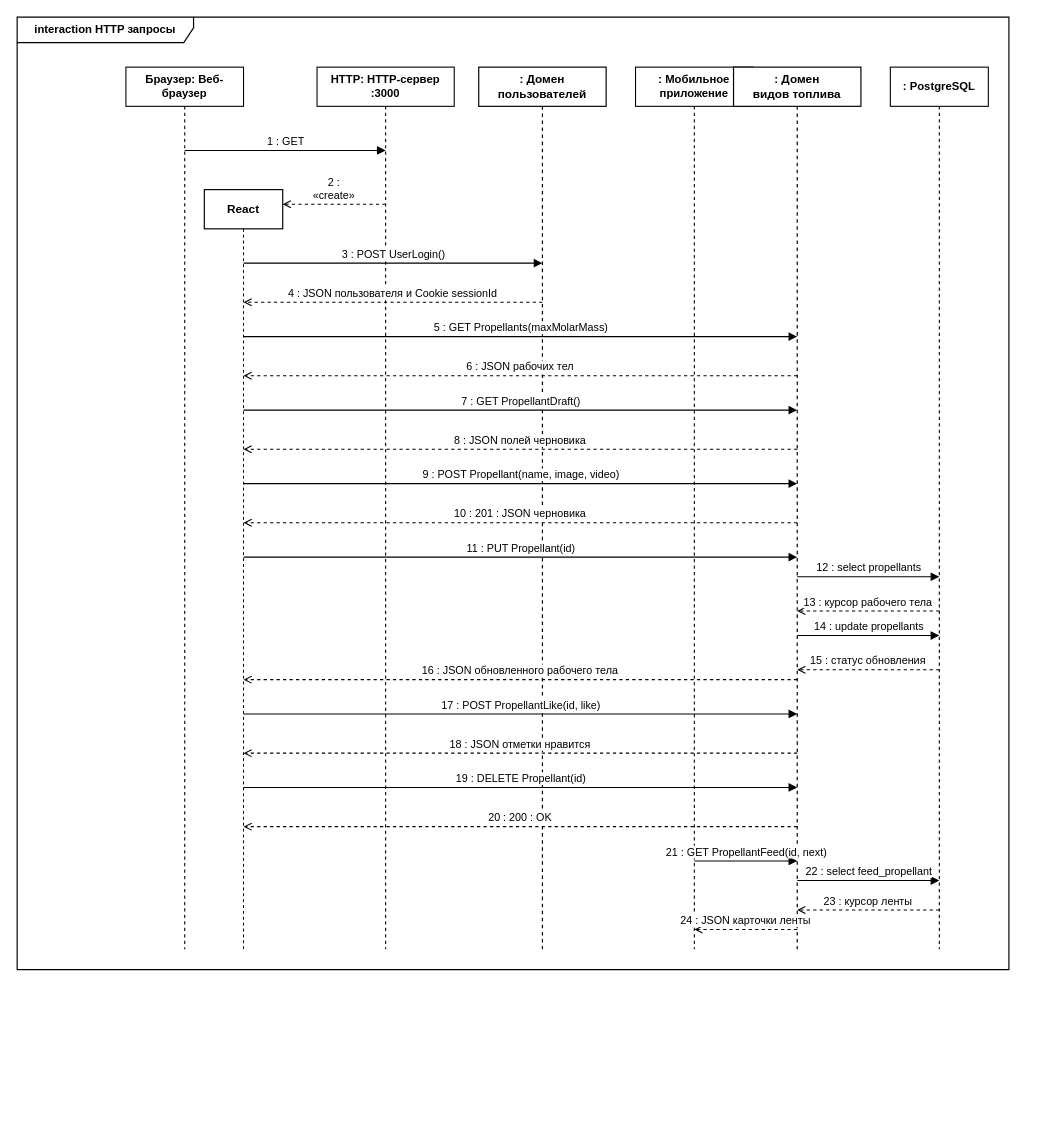
Mr-Flyguy/propellant-impulse-backend keeps this draw.io diagram as sequence_diagram.drawio. Above is the earlier version. Source tidied: cells renumbered, new cells numbered last; positions are measured from the earlier drawing's top-left corner, leaving out a move shared by most shapes. Both pictures are drawn from the tidied source at 98%, with x=0, y=0 at pixel (17, 17).
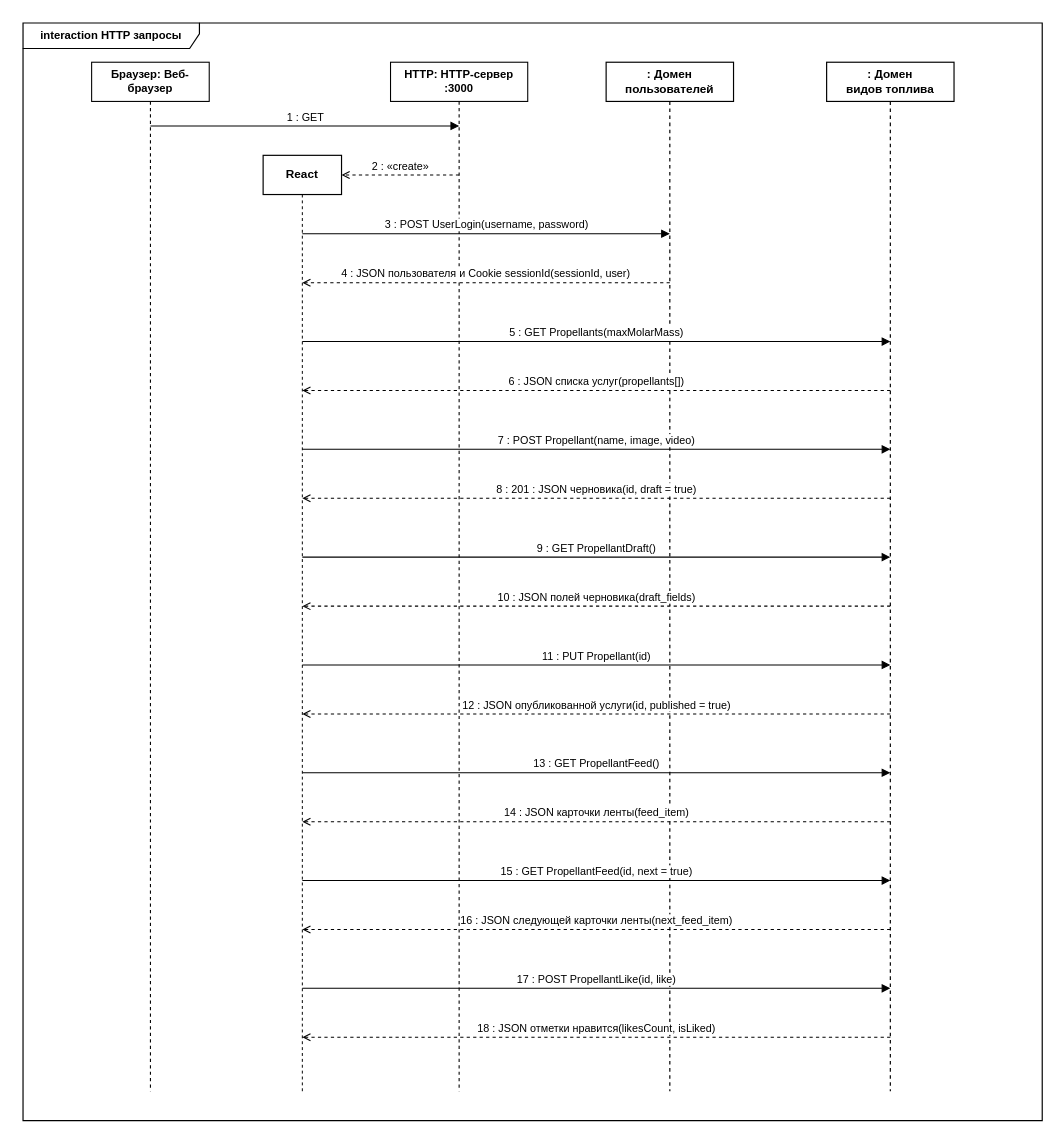
Above is the later version.

What changed in the source:
```diff
@@
     <mxCell id="2" value="interaction HTTP запросы" style="shape=umlFrame;whiteSpace=wrap;html=1;width=180;height=26;fontStyle=1;fontSize=11.5;fontFamily=Helvetica;fillColor=#FFFFFF;strokeColor=#000000;strokeWidth=1.2;" parent="1" vertex="1">
-      <mxGeometry width="1012" height="972" as="geometry" />
+      <mxGeometry x="6" y="6" width="1040" height="1120" as="geometry" />
     </mxCell>
     <mxCell id="3" value="Браузер: Веб-браузер" style="shape=umlLifeline;perimeter=lifelinePerimeter;whiteSpace=wrap;html=1;fontFamily=Helvetica;fontSize=11.5;fontStyle=1;fillColor=#FFFFFF;strokeColor=#000000;strokeWidth=1.1;" parent="1" vertex="1">
-      <mxGeometry x="111" y="51" width="120" height="900" as="geometry" />
+      <mxGeometry x="76" y="46" width="120" height="1050" as="geometry" />
     </mxCell>
     <mxCell id="4" value="HTTP: HTTP-сервер :3000" style="shape=umlLifeline;perimeter=lifelinePerimeter;whiteSpace=wrap;html=1;fontFamily=Helvetica;fontSize=11.5;fontStyle=1;fillColor=#FFFFFF;strokeColor=#000000;strokeWidth=1.1;" parent="1" vertex="1">
-      <mxGeometry x="306" y="51" width="140" height="900" as="geometry" />
+      <mxGeometry x="381" y="46" width="140" height="1050" as="geometry" />
     </mxCell>
     <mxCell id="5" value=": Домен&#10;пользователей" style="shape=umlLifeline;perimeter=lifelinePerimeter;whiteSpace=wrap;html=1;fontFamily=Helvetica;fontSize=12;fontStyle=1;fillColor=#FFFFFF;strokeColor=#000000;strokeWidth=1.2;" parent="1" vertex="1">
-      <mxGeometry x="471" y="51" width="130" height="900" as="geometry" />
+      <mxGeometry x="601" y="46" width="130" height="1050" as="geometry" />
     </mxCell>
-    <mxCell id="6" value=": Мобильное&#10;приложение" style="shape=umlLifeline;perimeter=lifelinePerimeter;whiteSpace=wrap;html=1;fontFamily=Helvetica;fontSize=11.5;fontStyle=1;fillColor=#FFFFFF;strokeColor=#000000;strokeWidth=1.1;" parent="1" vertex="1">
-      <mxGeometry x="631" y="51" width="120" height="900" as="geometry" />
-    </mxCell>
     <mxCell id="7" value=": Домен&#10;видов топлива" style="shape=umlLifeline;perimeter=lifelinePerimeter;whiteSpace=wrap;html=1;fontFamily=Helvetica;fontSize=12;fontStyle=1;fillColor=#FFFFFF;strokeColor=#000000;strokeWidth=1.2;" parent="1" vertex="1">
-      <mxGeometry x="731" y="51" width="130" height="900" as="geometry" />
+      <mxGeometry x="826" y="46" width="130" height="1050" as="geometry" />
     </mxCell>
-    <mxCell id="8" value=": PostgreSQL" style="shape=umlLifeline;perimeter=lifelinePerimeter;whiteSpace=wrap;html=1;fontFamily=Helvetica;fontSize=11.5;fontStyle=1;fillColor=#FFFFFF;strokeColor=#000000;strokeWidth=1.1;" parent="1" vertex="1">
-      <mxGeometry x="891" y="51" width="100" height="900" as="geometry" />
-    </mxCell>
     <mxCell id="9" value="React" style="rounded=0;whiteSpace=wrap;html=1;fillColor=#FFFFFF;strokeColor=#000000;strokeWidth=1.2;fontFamily=Helvetica;fontSize=12;fontStyle=1;" parent="1" vertex="1">
-      <mxGeometry x="191" y="176" width="80" height="40" as="geometry" />
+      <mxGeometry x="251" y="141" width="80" height="40" as="geometry" />
     </mxCell>
     <mxCell id="10" style="endArrow=none;dashed=1;html=1;strokeColor=#000000;strokeWidth=1;" parent="1" edge="1">
       <mxGeometry relative="1" as="geometry">
-        <mxPoint x="231" y="216" as="sourcePoint" />
-        <mxPoint x="231" y="951" as="targetPoint" />
+        <mxPoint x="291" y="181" as="sourcePoint" />
+        <mxPoint x="291" y="1096" as="targetPoint" />
       </mxGeometry>
     </mxCell>
     <mxCell id="11" value="1 : GET" style="html=1;verticalAlign=bottom;endArrow=block;strokeColor=#000000;strokeWidth=1.1;fontFamily=Helvetica;fontSize=11;" parent="1" edge="1">
       <mxGeometry relative="1" as="geometry">
-        <mxPoint x="171" y="136" as="sourcePoint" />
-        <mxPoint x="376" y="136" as="targetPoint" />
+        <mxPoint x="136" y="111" as="sourcePoint" />
+        <mxPoint x="451" y="111" as="targetPoint" />
       </mxGeometry>
     </mxCell>
-    <mxCell id="12" value="2 :&#10;«create»" style="html=1;verticalAlign=bottom;endArrow=open;dashed=1;strokeColor=#000000;strokeWidth=1.1;fontFamily=Helvetica;fontSize=11;" parent="1" edge="1">
+    <mxCell id="12" value="2 : «create»" style="html=1;verticalAlign=bottom;endArrow=open;dashed=1;strokeColor=#000000;strokeWidth=1.1;fontFamily=Helvetica;fontSize=11;" parent="1" edge="1">
       <mxGeometry relative="1" as="geometry">
-        <mxPoint x="376" y="191" as="sourcePoint" />
-        <mxPoint x="271" y="191" as="targetPoint" />
+        <mxPoint x="451" y="161" as="sourcePoint" />
+        <mxPoint x="331" y="161" as="targetPoint" />
       </mxGeometry>
     </mxCell>
-    <mxCell id="13" value="3 : POST UserLogin()" style="html=1;verticalAlign=bottom;endArrow=block;strokeColor=#000000;strokeWidth=1.1;fontFamily=Helvetica;fontSize=11;" parent="1" edge="1">
+    <mxCell id="13" value="3 : POST UserLogin(username, password)" style="html=1;verticalAlign=bottom;endArrow=block;strokeColor=#000000;strokeWidth=1.1;fontFamily=Helvetica;fontSize=11;" parent="1" edge="1">
       <mxGeometry relative="1" as="geometry">
-        <mxPoint x="231" y="251" as="sourcePoint" />
-        <mxPoint x="536" y="251" as="targetPoint" />
+        <mxPoint x="291" y="221" as="sourcePoint" />
+        <mxPoint x="666" y="221" as="targetPoint" />
       </mxGeometry>
     </mxCell>
-    <mxCell id="14" value="4 : JSON пользователя и Cookie sessionId" style="html=1;verticalAlign=bottom;endArrow=open;dashed=1;strokeColor=#000000;strokeWidth=1.1;fontFamily=Helvetica;fontSize=11;" parent="1" edge="1">
+    <mxCell id="14" value="4 : JSON пользователя и Cookie sessionId(sessionId, user)" style="html=1;verticalAlign=bottom;endArrow=open;dashed=1;strokeColor=#000000;strokeWidth=1.1;fontFamily=Helvetica;fontSize=11;" parent="1" edge="1">
       <mxGeometry relative="1" as="geometry">
-        <mxPoint x="536" y="291" as="sourcePoint" />
-        <mxPoint x="231" y="291" as="targetPoint" />
+        <mxPoint x="666" y="271" as="sourcePoint" />
+        <mxPoint x="291" y="271" as="targetPoint" />
       </mxGeometry>
     </mxCell>
     <mxCell id="15" value="5 : GET Propellants(maxMolarMass)" style="html=1;verticalAlign=bottom;endArrow=block;strokeColor=#000000;strokeWidth=1.1;fontFamily=Helvetica;fontSize=11;" parent="1" edge="1">
       <mxGeometry relative="1" as="geometry">
-        <mxPoint x="231" y="326" as="sourcePoint" />
-        <mxPoint x="796" y="326" as="targetPoint" />
+        <mxPoint x="291" y="331" as="sourcePoint" />
+        <mxPoint x="891" y="331" as="targetPoint" />
       </mxGeometry>
     </mxCell>
-    <mxCell id="16" value="6 : JSON рабочих тел" style="html=1;verticalAlign=bottom;endArrow=open;dashed=1;strokeColor=#000000;strokeWidth=1.1;fontFamily=Helvetica;fontSize=11;" parent="1" edge="1">
+    <mxCell id="16" value="6 : JSON списка услуг(propellants[])" style="html=1;verticalAlign=bottom;endArrow=open;dashed=1;strokeColor=#000000;strokeWidth=1.1;fontFamily=Helvetica;fontSize=11;" parent="1" edge="1">
       <mxGeometry relative="1" as="geometry">
-        <mxPoint x="796" y="366" as="sourcePoint" />
-        <mxPoint x="231" y="366" as="targetPoint" />
+        <mxPoint x="891" y="381" as="sourcePoint" />
+        <mxPoint x="291" y="381" as="targetPoint" />
       </mxGeometry>
     </mxCell>
-    <mxCell id="17" value="7 : GET PropellantDraft()" style="html=1;verticalAlign=bottom;endArrow=block;strokeColor=#000000;strokeWidth=1.1;fontFamily=Helvetica;fontSize=11;" parent="1" edge="1">
+    <mxCell id="17" value="7 : POST Propellant(name, image, video)" style="html=1;verticalAlign=bottom;endArrow=block;strokeColor=#000000;strokeWidth=1.1;fontFamily=Helvetica;fontSize=11;" parent="1" edge="1">
       <mxGeometry relative="1" as="geometry">
-        <mxPoint x="231" y="401" as="sourcePoint" />
-        <mxPoint x="796" y="401" as="targetPoint" />
+        <mxPoint x="291" y="441" as="sourcePoint" />
+        <mxPoint x="891" y="441" as="targetPoint" />
       </mxGeometry>
     </mxCell>
-    <mxCell id="18" value="8 : JSON полей черновика" style="html=1;verticalAlign=bottom;endArrow=open;dashed=1;strokeColor=#000000;strokeWidth=1.1;fontFamily=Helvetica;fontSize=11;" parent="1" edge="1">
+    <mxCell id="18" value="8 : 201 : JSON черновика(id, draft = true)" style="html=1;verticalAlign=bottom;endArrow=open;dashed=1;strokeColor=#000000;strokeWidth=1.1;fontFamily=Helvetica;fontSize=11;" parent="1" edge="1">
       <mxGeometry relative="1" as="geometry">
-        <mxPoint x="796" y="441" as="sourcePoint" />
-        <mxPoint x="231" y="441" as="targetPoint" />
+        <mxPoint x="891" y="491" as="sourcePoint" />
+        <mxPoint x="291" y="491" as="targetPoint" />
       </mxGeometry>
     </mxCell>
-    <mxCell id="19" value="9 : POST Propellant(name, image, video)" style="html=1;verticalAlign=bottom;endArrow=block;strokeColor=#000000;strokeWidth=1.1;fontFamily=Helvetica;fontSize=11;" parent="1" edge="1">
+    <mxCell id="19" value="9 : GET PropellantDraft()" style="html=1;verticalAlign=bottom;endArrow=block;strokeColor=#000000;strokeWidth=1.1;fontFamily=Helvetica;fontSize=11;" parent="1" edge="1">
       <mxGeometry relative="1" as="geometry">
-        <mxPoint x="231" y="476" as="sourcePoint" />
-        <mxPoint x="796" y="476" as="targetPoint" />
+        <mxPoint x="291" y="551" as="sourcePoint" />
+        <mxPoint x="891" y="551" as="targetPoint" />
       </mxGeometry>
     </mxCell>
-    <mxCell id="20" value="10 : 201 : JSON черновика" style="html=1;verticalAlign=bottom;endArrow=open;dashed=1;strokeColor=#000000;strokeWidth=1.1;fontFamily=Helvetica;fontSize=11;" parent="1" edge="1">
+    <mxCell id="20" value="10 : JSON полей черновика(draft_fields)" style="html=1;verticalAlign=bottom;endArrow=open;dashed=1;strokeColor=#000000;strokeWidth=1.1;fontFamily=Helvetica;fontSize=11;" parent="1" edge="1">
       <mxGeometry relative="1" as="geometry">
-        <mxPoint x="796" y="516" as="sourcePoint" />
-        <mxPoint x="231" y="516" as="targetPoint" />
+        <mxPoint x="891" y="601" as="sourcePoint" />
+        <mxPoint x="291" y="601" as="targetPoint" />
       </mxGeometry>
     </mxCell>
     <mxCell id="21" value="11 : PUT Propellant(id)" style="html=1;verticalAlign=bottom;endArrow=block;strokeColor=#000000;strokeWidth=1.1;fontFamily=Helvetica;fontSize=11;" parent="1" edge="1">
       <mxGeometry relative="1" as="geometry">
-        <mxPoint x="231" y="551" as="sourcePoint" />
-        <mxPoint x="796" y="551" as="targetPoint" />
+        <mxPoint x="291" y="661" as="sourcePoint" />
+        <mxPoint x="891" y="661" as="targetPoint" />
       </mxGeometry>
     </mxCell>
-    <mxCell id="22" value="12 : select propellants" style="html=1;verticalAlign=bottom;endArrow=block;strokeColor=#000000;strokeWidth=1.1;fontFamily=Helvetica;fontSize=11;" parent="1" edge="1">
+    <mxCell id="22" value="12 : JSON опубликованной услуги(id, published = true)" style="html=1;verticalAlign=bottom;endArrow=open;dashed=1;strokeColor=#000000;strokeWidth=1.1;fontFamily=Helvetica;fontSize=11;" parent="1" edge="1">
       <mxGeometry relative="1" as="geometry">
-        <mxPoint x="796" y="571" as="sourcePoint" />
-        <mxPoint x="941" y="571" as="targetPoint" />
+        <mxPoint x="891" y="711" as="sourcePoint" />
+        <mxPoint x="291" y="711" as="targetPoint" />
       </mxGeometry>
     </mxCell>
-    <mxCell id="23" value="13 : курсор рабочего тела" style="html=1;verticalAlign=bottom;endArrow=open;dashed=1;strokeColor=#000000;strokeWidth=1.1;fontFamily=Helvetica;fontSize=11;" parent="1" edge="1">
+    <mxCell id="23" value="13 : GET PropellantFeed()" style="html=1;verticalAlign=bottom;endArrow=block;strokeColor=#000000;strokeWidth=1.1;fontFamily=Helvetica;fontSize=11;" parent="1" edge="1">
       <mxGeometry relative="1" as="geometry">
-        <mxPoint x="941" y="606" as="sourcePoint" />
-        <mxPoint x="796" y="606" as="targetPoint" />
+        <mxPoint x="291" y="771" as="sourcePoint" />
+        <mxPoint x="891" y="771" as="targetPoint" />
       </mxGeometry>
     </mxCell>
-    <mxCell id="24" value="14 : update propellants" style="html=1;verticalAlign=bottom;endArrow=block;strokeColor=#000000;strokeWidth=1.1;fontFamily=Helvetica;fontSize=11;" parent="1" edge="1">
+    <mxCell id="24" value="14 : JSON карточки ленты(feed_item)" style="html=1;verticalAlign=bottom;endArrow=open;dashed=1;strokeColor=#000000;strokeWidth=1.1;fontFamily=Helvetica;fontSize=11;" parent="1" edge="1">
       <mxGeometry relative="1" as="geometry">
-        <mxPoint x="796" y="631" as="sourcePoint" />
-        <mxPoint x="941" y="631" as="targetPoint" />
+        <mxPoint x="891" y="821" as="sourcePoint" />
+        <mxPoint x="291" y="821" as="targetPoint" />
       </mxGeometry>
     </mxCell>
-    <mxCell id="25" value="15 : статус обновления" style="html=1;verticalAlign=bottom;endArrow=open;dashed=1;strokeColor=#000000;strokeWidth=1.1;fontFamily=Helvetica;fontSize=11;" parent="1" edge="1">
+    <mxCell id="25" value="15 : GET PropellantFeed(id, next = true)" style="html=1;verticalAlign=bottom;endArrow=block;strokeColor=#000000;strokeWidth=1.1;fontFamily=Helvetica;fontSize=11;" parent="1" edge="1">
       <mxGeometry relative="1" as="geometry">
-        <mxPoint x="941" y="666" as="sourcePoint" />
-        <mxPoint x="796" y="666" as="targetPoint" />
+        <mxPoint x="291" y="881" as="sourcePoint" />
+        <mxPoint x="891" y="881" as="targetPoint" />
       </mxGeometry>
     </mxCell>
-    <mxCell id="26" value="16 : JSON обновленного рабочего тела" style="html=1;verticalAlign=bottom;endArrow=open;dashed=1;strokeColor=#000000;strokeWidth=1.1;fontFamily=Helvetica;fontSize=11;" parent="1" edge="1">
+    <mxCell id="26" value="16 : JSON следующей карточки ленты(next_feed_item)" style="html=1;verticalAlign=bottom;endArrow=open;dashed=1;strokeColor=#000000;strokeWidth=1.1;fontFamily=Helvetica;fontSize=11;" parent="1" edge="1">
       <mxGeometry relative="1" as="geometry">
-        <mxPoint x="796" y="676" as="sourcePoint" />
-        <mxPoint x="231" y="676" as="targetPoint" />
+        <mxPoint x="891" y="931" as="sourcePoint" />
+        <mxPoint x="291" y="931" as="targetPoint" />
       </mxGeometry>
     </mxCell>
     <mxCell id="27" value="17 : POST PropellantLike(id, like)" style="html=1;verticalAlign=bottom;endArrow=block;strokeColor=#000000;strokeWidth=1.1;fontFamily=Helvetica;fontSize=11;" parent="1" edge="1">
       <mxGeometry relative="1" as="geometry">
-        <mxPoint x="231" y="711" as="sourcePoint" />
-        <mxPoint x="796" y="711" as="targetPoint" />
+        <mxPoint x="291" y="991" as="sourcePoint" />
+        <mxPoint x="891" y="991" as="targetPoint" />
       </mxGeometry>
     </mxCell>
-    <mxCell id="28" value="18 : JSON отметки нравится" style="html=1;verticalAlign=bottom;endArrow=open;dashed=1;strokeColor=#000000;strokeWidth=1.1;fontFamily=Helvetica;fontSize=11;" parent="1" edge="1">
+    <mxCell id="28" value="18 : JSON отметки нравится(likesCount, isLiked)" style="html=1;verticalAlign=bottom;endArrow=open;dashed=1;strokeColor=#000000;strokeWidth=1.1;fontFamily=Helvetica;fontSize=11;" parent="1" edge="1">
       <mxGeometry relative="1" as="geometry">
-        <mxPoint x="796" y="751" as="sourcePoint" />
-        <mxPoint x="231" y="751" as="targetPoint" />
+        <mxPoint x="891" y="1041" as="sourcePoint" />
+        <mxPoint x="291" y="1041" as="targetPoint" />
       </mxGeometry>
     </mxCell>
-    <mxCell id="29" value="19 : DELETE Propellant(id)" style="html=1;verticalAlign=bottom;endArrow=block;strokeColor=#000000;strokeWidth=1.1;fontFamily=Helvetica;fontSize=11;" parent="1" edge="1">
-      <mxGeometry relative="1" as="geometry">
-        <mxPoint x="231" y="786" as="sourcePoint" />
-        <mxPoint x="796" y="786" as="targetPoint" />
-      </mxGeometry>
-    </mxCell>
-    <mxCell id="30" value="20 : 200 : OK" style="html=1;verticalAlign=bottom;endArrow=open;dashed=1;strokeColor=#000000;strokeWidth=1.1;fontFamily=Helvetica;fontSize=11;" parent="1" edge="1">
-      <mxGeometry relative="1" as="geometry">
-        <mxPoint x="796" y="826" as="sourcePoint" />
-        <mxPoint x="231" y="826" as="targetPoint" />
-      </mxGeometry>
-    </mxCell>
-    <mxCell id="31" value="21 : GET PropellantFeed(id, next)" style="html=1;verticalAlign=bottom;endArrow=block;strokeColor=#000000;strokeWidth=1.1;fontFamily=Helvetica;fontSize=11;" parent="1" edge="1">
-      <mxGeometry relative="1" as="geometry">
-        <mxPoint x="691" y="861" as="sourcePoint" />
-        <mxPoint x="796" y="861" as="targetPoint" />
-      </mxGeometry>
-    </mxCell>
-    <mxCell id="32" value="22 : select feed_propellant" style="html=1;verticalAlign=bottom;endArrow=block;strokeColor=#000000;strokeWidth=1.1;fontFamily=Helvetica;fontSize=11;" parent="1" edge="1">
-      <mxGeometry relative="1" as="geometry">
-        <mxPoint x="796" y="881" as="sourcePoint" />
-        <mxPoint x="941" y="881" as="targetPoint" />
-      </mxGeometry>
-    </mxCell>
-    <mxCell id="33" value="23 : курсор ленты" style="html=1;verticalAlign=bottom;endArrow=open;dashed=1;strokeColor=#000000;strokeWidth=1.1;fontFamily=Helvetica;fontSize=11;" parent="1" edge="1">
-      <mxGeometry relative="1" as="geometry">
-        <mxPoint x="941" y="911" as="sourcePoint" />
-        <mxPoint x="796" y="911" as="targetPoint" />
-      </mxGeometry>
-    </mxCell>
-    <mxCell id="34" value="24 : JSON карточки ленты" style="html=1;verticalAlign=bottom;endArrow=open;dashed=1;strokeColor=#000000;strokeWidth=1.1;fontFamily=Helvetica;fontSize=11;" parent="1" edge="1">
-      <mxGeometry relative="1" as="geometry">
-        <mxPoint x="796" y="931" as="sourcePoint" />
-        <mxPoint x="691" y="931" as="targetPoint" />
-      </mxGeometry>
-    </mxCell>
```
